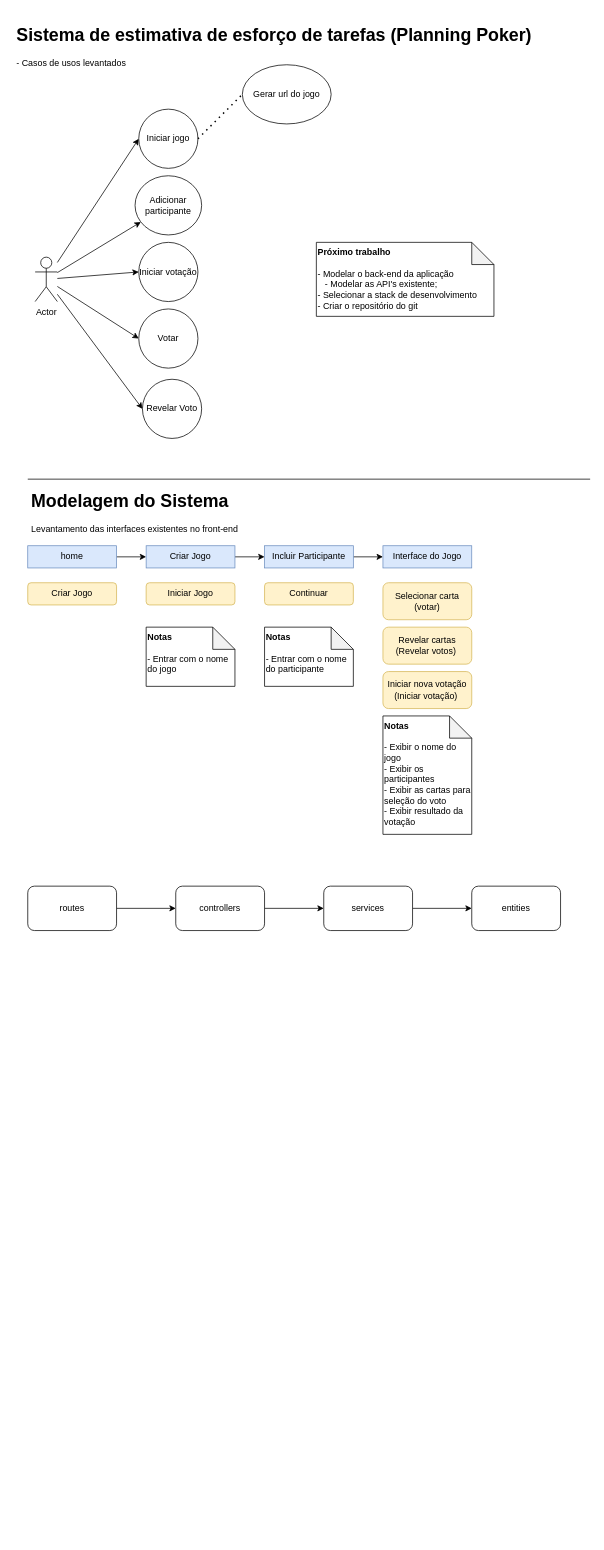
Before: docs/diagrama.drawio in LucasRe1s/planning-poker, a draw.io diagram. Source tidied: cells renumbered, new cells numbered last; positions are measured from the earlier drawing's top-left corner, leaving out a move shared by most shapes. Both pictures are drawn from the tidied source at 74%, with x=0, y=0 at pixel (13, 20).
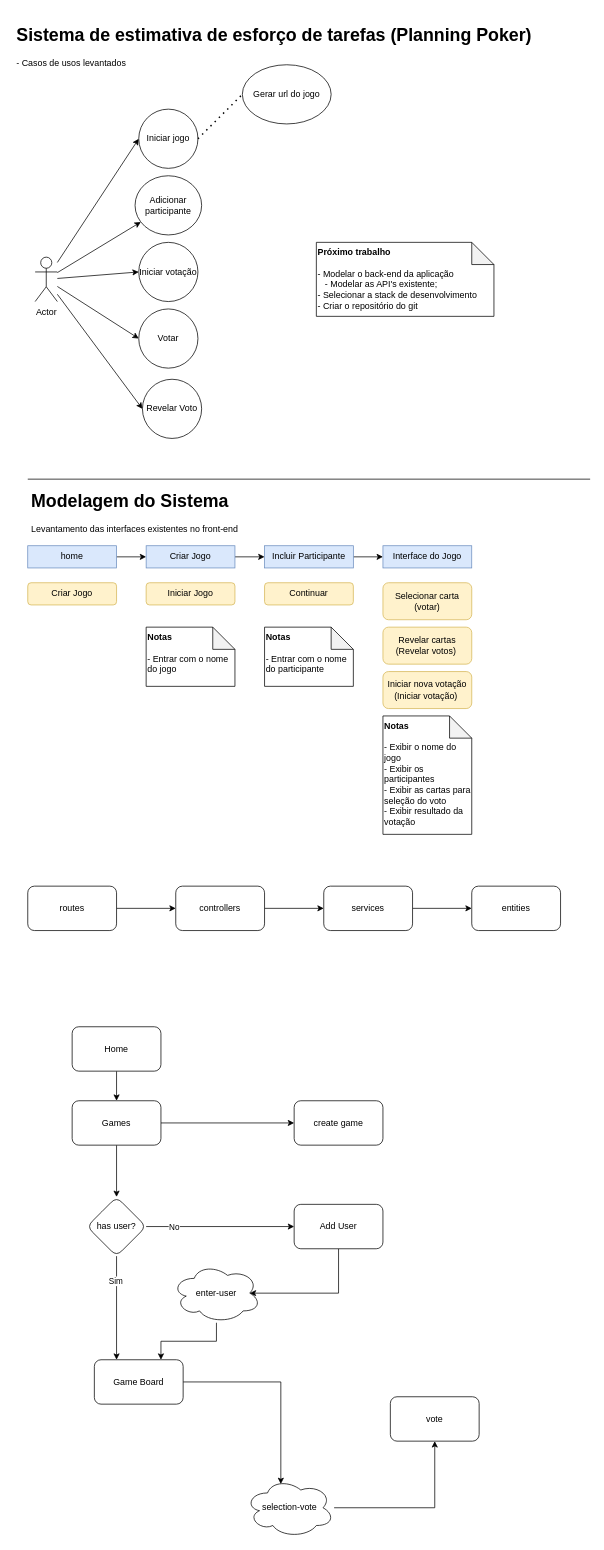
After the change.

Diff of the diagram source:
```diff
@@
+    <mxCell id="42" value="POST /games" style="rounded=0;orthogonalLoop=1;jettySize=auto;html=1;entryX=0;entryY=0.5;entryDx=0;entryDy=0;exitX=1;exitY=0.5;exitDx=0;exitDy=0;" parent="1" edge="1">
+      <mxGeometry relative="1" as="geometry">
+        <mxPoint x="10" y="1480" as="sourcePoint" />
+      </mxGeometry>
+    </mxCell>
+    <mxCell id="43" style="edgeStyle=orthogonalEdgeStyle;rounded=0;jettySize=auto;html=1;" parent="1" edge="1" source="44" target="47">
+      <mxGeometry relative="1" as="geometry" />
+    </mxCell>
+    <mxCell id="44" value="Home" style="rounded=1;whiteSpace=wrap;html=1;" parent="1" vertex="1">
+      <mxGeometry x="80" y="1360" width="120" height="60" as="geometry" />
+    </mxCell>
+    <mxCell id="45" style="edgeStyle=orthogonalEdgeStyle;rounded=0;jettySize=auto;html=1;" parent="1" edge="1" source="47" target="50">
+      <mxGeometry relative="1" as="geometry" />
+    </mxCell>
+    <mxCell id="46" style="edgeStyle=orthogonalEdgeStyle;rounded=0;jettySize=auto;html=1;" parent="1" edge="1" source="47" target="55">
+      <mxGeometry relative="1" as="geometry" />
+    </mxCell>
+    <mxCell id="47" value="Games" style="rounded=1;whiteSpace=wrap;html=1;" parent="1" vertex="1">
+      <mxGeometry x="80" y="1460" width="120" height="60" as="geometry" />
+    </mxCell>
+    <mxCell id="48" style="edgeStyle=orthogonalEdgeStyle;rounded=0;jettySize=auto;html=1;exitX=0.5;exitY=1;exitDx=0;exitDy=0;" parent="1" edge="1" source="49">
+      <mxGeometry relative="1" as="geometry">
+        <mxPoint x="320" y="1720" as="targetPoint" />
+        <Array as="points">
+          <mxPoint x="440" y="1720" />
+        </Array>
+      </mxGeometry>
+    </mxCell>
+    <mxCell id="49" value="Add User" style="whiteSpace=wrap;html=1;rounded=1;" parent="1" vertex="1">
+      <mxGeometry x="380" y="1600" width="120" height="60" as="geometry" />
+    </mxCell>
+    <mxCell id="50" value="create game" style="rounded=1;whiteSpace=wrap;html=1;" parent="1" vertex="1">
+      <mxGeometry x="380" y="1460" width="120" height="60" as="geometry" />
+    </mxCell>
+    <mxCell id="51" style="edgeStyle=orthogonalEdgeStyle;rounded=0;jettySize=auto;html=1;" parent="1" edge="1" source="55" target="49">
+      <mxGeometry relative="1" as="geometry" />
+    </mxCell>
+    <mxCell id="52" value="No" style="edgeLabel;html=1;align=center;verticalAlign=middle;" parent="51" vertex="1">
+      <mxGeometry x="-0.63" relative="1" as="geometry" />
+    </mxCell>
+    <mxCell id="53" style="edgeStyle=orthogonalEdgeStyle;rounded=0;jettySize=auto;html=1;entryX=0.25;entryY=0;entryDx=0;entryDy=0;exitX=0.5;exitY=1;exitDx=0;exitDy=0;" parent="1" edge="1" source="55" target="57">
+      <mxGeometry relative="1" as="geometry" />
+    </mxCell>
+    <mxCell id="54" value="Sim" style="edgeLabel;html=1;align=center;verticalAlign=middle;" parent="53" vertex="1">
+      <mxGeometry x="-0.53" y="-2" relative="1" as="geometry" />
+    </mxCell>
+    <mxCell id="55" value="has user?" style="rhombus;whiteSpace=wrap;html=1;rounded=1;" parent="1" vertex="1">
+      <mxGeometry x="100" y="1590" width="80" height="80" as="geometry" />
+    </mxCell>
+    <mxCell id="56" style="edgeStyle=orthogonalEdgeStyle;rounded=0;jettySize=auto;html=1;entryX=0.4;entryY=0.1;entryDx=0;entryDy=0;entryPerimeter=0;" parent="1" edge="1" source="57" target="61">
+      <mxGeometry relative="1" as="geometry" />
+    </mxCell>
+    <mxCell id="57" value="Game Board" style="whiteSpace=wrap;html=1;rounded=1;" parent="1" vertex="1">
+      <mxGeometry x="110" y="1810" width="120" height="60" as="geometry" />
+    </mxCell>
+    <mxCell id="58" style="edgeStyle=orthogonalEdgeStyle;rounded=0;jettySize=auto;html=1;entryX=0.75;entryY=0;entryDx=0;entryDy=0;" parent="1" edge="1" source="59" target="57">
+      <mxGeometry relative="1" as="geometry" />
+    </mxCell>
+    <mxCell id="59" value="enter-user" style="ellipse;shape=cloud;whiteSpace=wrap;html=1;" parent="1" vertex="1">
+      <mxGeometry x="215" y="1680" width="120" height="80" as="geometry" />
+    </mxCell>
+    <mxCell id="60" style="edgeStyle=orthogonalEdgeStyle;rounded=0;jettySize=auto;html=1;" parent="1" edge="1" source="61" target="62">
+      <mxGeometry relative="1" as="geometry" />
+    </mxCell>
+    <mxCell id="61" value="selection-vote" style="ellipse;shape=cloud;whiteSpace=wrap;html=1;" parent="1" vertex="1">
+      <mxGeometry x="314" y="1970" width="120" height="80" as="geometry" />
+    </mxCell>
+    <mxCell id="62" value="vote" style="whiteSpace=wrap;html=1;rounded=1;" parent="1" vertex="1">
+      <mxGeometry x="510" y="1860" width="120" height="60" as="geometry" />
+    </mxCell>
```
